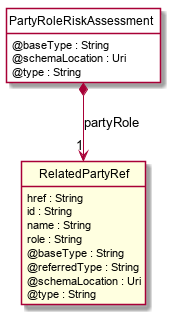
The PlantUML diagram apis/TMF696_Risk_Management/documentation/diagrams/Resource_PartyRoleRiskAssessment.png in tmforum-apis/Open_Api_And_Data_Model, before a commit.
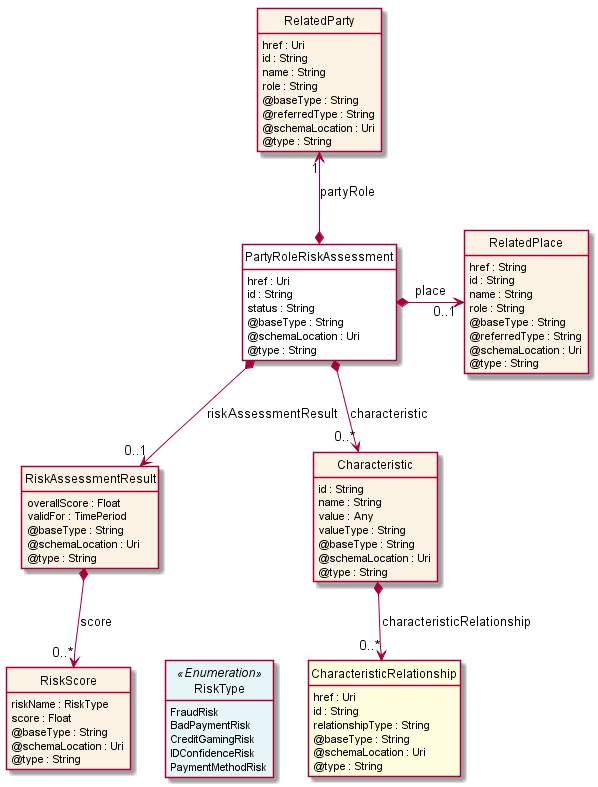
Above is the later version.

Diff of the diagram source:
```diff
@@ -11,12 +11,50 @@
 }
 
 class PartyRoleRiskAssessment  <<Pivot>> {
+    href : Uri
+    id : String
+    status : String
     @baseType : String
     @schemaLocation : Uri
     @type : String
 }
 
-class RelatedPartyRef  <<Ref>> {
+class RiskAssessmentResult  {
+    overallScore : Float
+    validFor : TimePeriod
+    @baseType : String
+    @schemaLocation : Uri
+    @type : String
+}
+
+class RiskScore  {
+    riskName : RiskType
+    score : Float
+    @baseType : String
+    @schemaLocation : Uri
+    @type : String
+}
+
+class RiskType <<Enumeration>> {
+    FraudRisk
+    BadPaymentRisk
+    CreditGamingRisk
+    IDConfidenceRisk
+    PaymentMethodRisk
+}
+
+class RelatedParty  {
+    href : Uri
+    id : String
+    name : String
+    role : String
+    @baseType : String
+    @referredType : String
+    @schemaLocation : Uri
+    @type : String
+}
+
+class RelatedPlace  {
     href : String
     id : String
     name : String
@@ -27,6 +65,37 @@
     @type : String
 }
 
-PartyRoleRiskAssessment *-->  "1" RelatedPartyRef : partyRole
+class Characteristic  {
+    id : String
+    name : String
+    value : Any
+    valueType : String
+    @baseType : String
+    @schemaLocation : Uri
+    @type : String
+}
+
+class CharacteristicRelationship  <<Ref>> {
+    href : Uri
+    id : String
+    relationshipType : String
+    @baseType : String
+    @schemaLocation : Uri
+    @type : String
+}
+
+PartyRoleRiskAssessment *-right-> "0..1" RelatedPlace : place
+
+RelatedParty "1" <--* PartyRoleRiskAssessment : partyRole
+
+PartyRoleRiskAssessment *-->  "0..*" Characteristic : characteristic
+
+PartyRoleRiskAssessment *-->  "0..1" RiskAssessmentResult : riskAssessmentResult
+
+RiskAssessmentResult *-->  "0..*" RiskScore : score
+
+Characteristic *-->  "0..*" CharacteristicRelationship : characteristicRelationship
+
+RiskScore -right[hidden]-> RiskType
 
 @enduml
```
